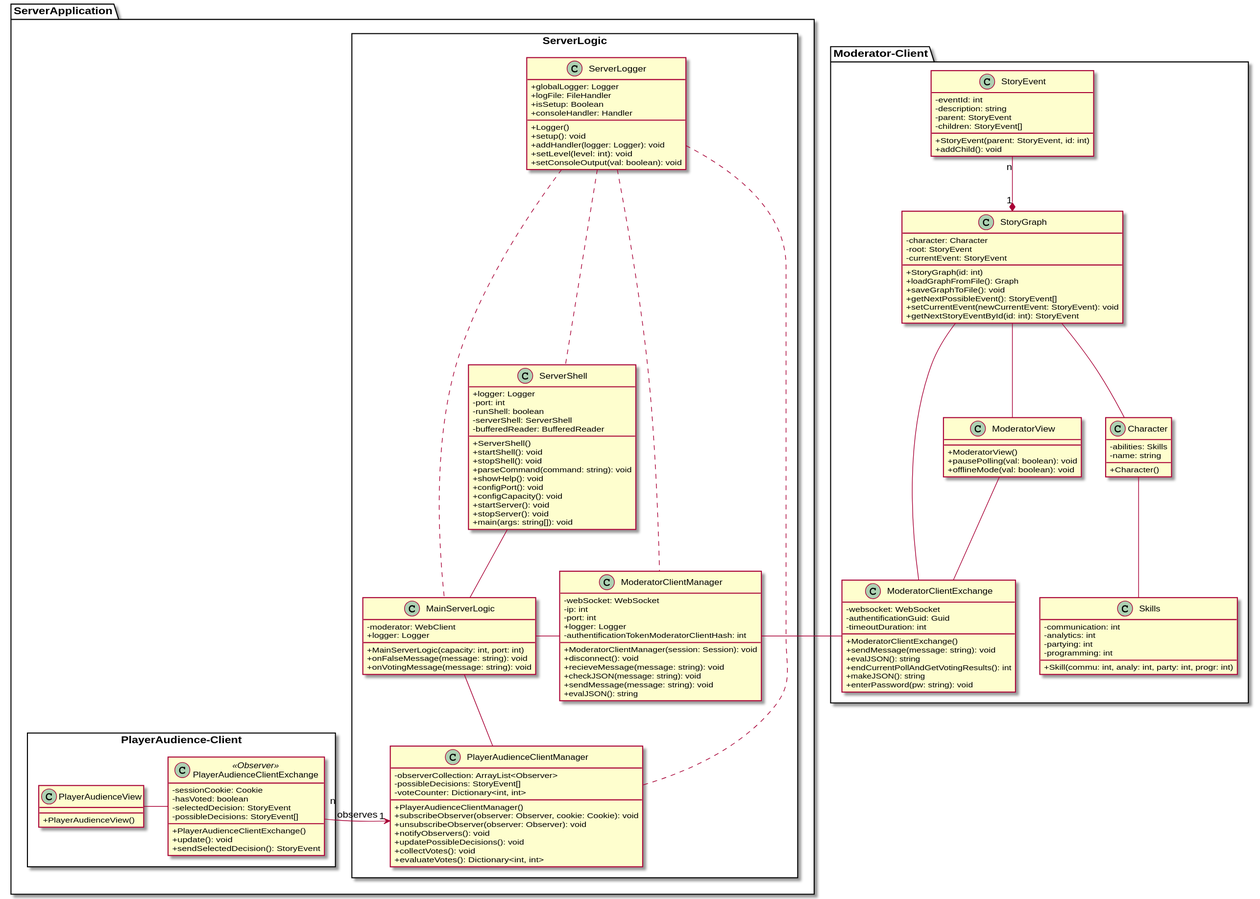
This is Docs/Technical Specifications/docs/diagrams/ClassDiagrams/ClassDiagram.svg from Brotenko/QualityQuest, a PlantUML export, as it was before one commit.
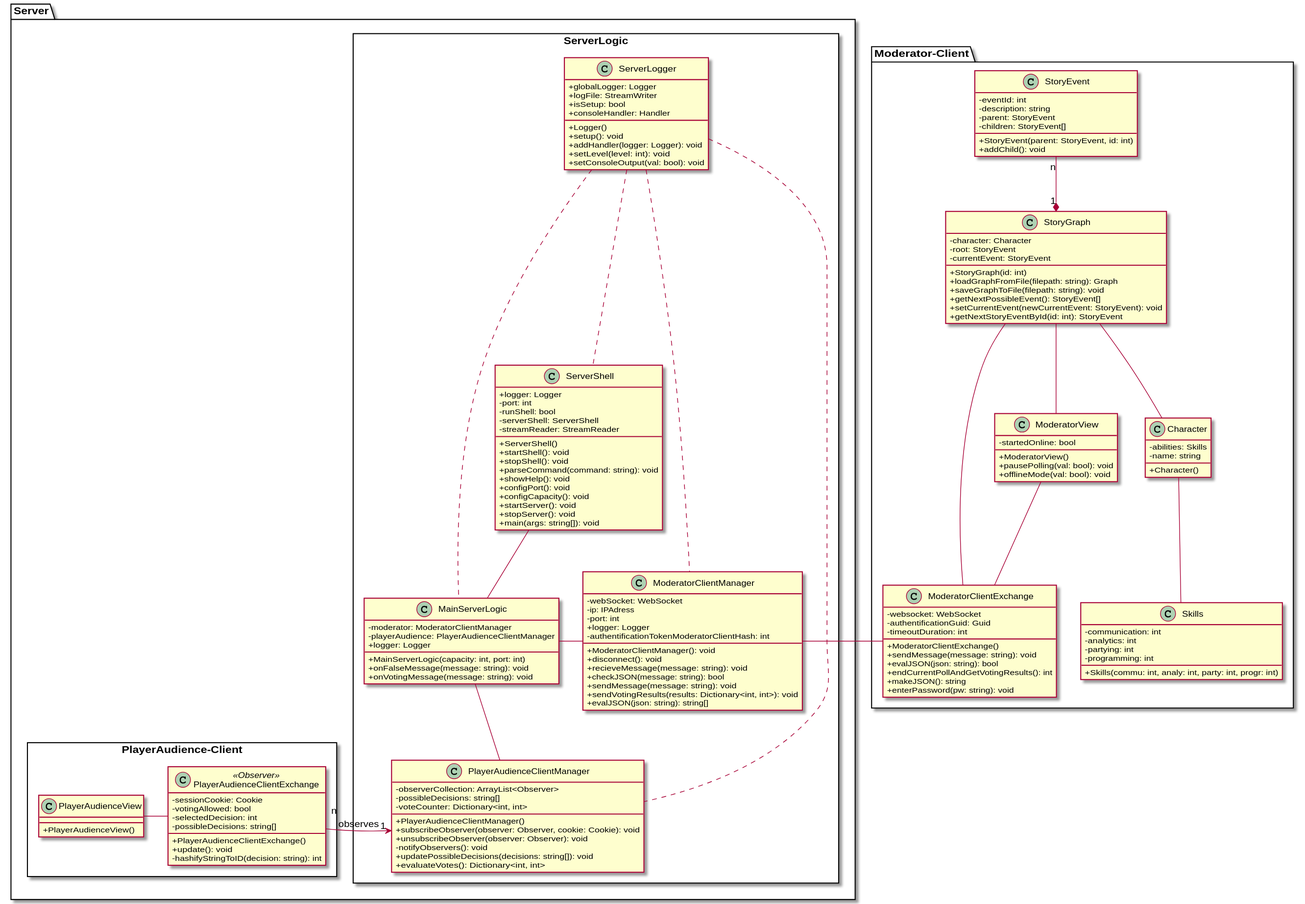
The same file after the commit.

What changed in the source:
```diff
@@ -17,17 +17,18 @@
     {field} -root: StoryEvent
     {field} -currentEvent: StoryEvent
     {method} +StoryGraph(id: int)
-    {method} +loadGraphFromFile(): Graph
-    {method} +saveGraphToFile(): void
+    {method} +loadGraphFromFile(filepath: string): Graph
+    {method} +saveGraphToFile(filepath: string): void
     {method} +getNextPossibleEvent(): StoryEvent[]
     {method} +setCurrentEvent(newCurrentEvent: StoryEvent): void
     {method} +getNextStoryEventById(id: int): StoryEvent
   }
 
   class "ModeratorView" as mf {
+    {field} -startedOnline: bool
     {method} +ModeratorView()
-    {method} +pausePolling(val: boolean): void
-    {method} +offlineMode(val: boolean): void
+    {method} +pausePolling(val: bool): void
+    {method} +offlineMode(val: bool): void
   }
 
   class "ModeratorClientExchange" as mcei{
@@ -36,7 +37,7 @@
     {field} -timeoutDuration: int
     {method} +ModeratorClientExchange()
     {method} +sendMessage(message: string): void
-    {method} +evalJSON(): string
+    {method} +evalJSON(json: string): bool
     {method} +endCurrentPollAndGetVotingResults(): int
     {method} +makeJSON(): string
     {method} +enterPassword(pw: string): void
@@ -47,7 +48,7 @@
     {field} -analytics: int
     {field} -partying: int
     {field} -programming: int
-    {method} + Skill(commu: int, analy: int, party: int, progr: int)
+    {method} + Skills(commu: int, analy: int, party: int, progr: int)
   }
 
   class Character {
@@ -64,16 +65,16 @@
   StoryGraph --- mcei
 }
 
-package "ServerApplication" {
+package "Server" {
 
 
   package "ServerLogic" <<Rectangle>>{
     class "ServerShell" as ss {
       {field} +logger: Logger
       {field} -port: int
-      {field} -runShell: boolean
+      {field} -runShell: bool
       {field} -serverShell: ServerShell
-      {field} -bufferedReader: BufferedReader
+      {field} -streamReader: StreamReader
       {method} +ServerShell()
       {method} +startShell(): void
       {method} +stopShell(): void
@@ -88,21 +89,23 @@
 
     class "ModeratorClientManager" as cm {
       {field} -webSocket: WebSocket
-      {field} -ip: int
+      {field} -ip: IPAdress
       {field} -port: int
       {field} +logger: Logger
       {field} -authentificationTokenModeratorClientHash: int
-      {method} +ModeratorClientManager(session: Session): void
+      {method} +ModeratorClientManager(): void
       {method} +disconnect(): void
       {method} +recieveMessage(message: string): void
-      {method} +checkJSON(message: string): void
+      {method} +checkJSON(message: string): bool
       {method} +sendMessage(message: string): void
-      {method} +evalJSON(): string
+      {method} +sendVotingResults(results: Dictionary<int, int>): void
+      {method} +evalJSON(json: string): string[]
 
     }
 
     class "MainServerLogic" as msl {
-      {field} -moderator: WebClient
+      {field} -moderator: ModeratorClientManager
+      {field} -playerAudience: PlayerAudienceClientManager
       {field} +logger: Logger
       {method} +MainServerLogic(capacity: int, port: int)
       {method} +onFalseMessage(message: string): void
@@ -112,38 +115,37 @@
 
     class "PlayerAudienceClientManager" as api {
         {field} -observerCollection: ArrayList<Observer>
-        {field} -possibleDecisions: StoryEvent[]
+        {field} -possibleDecisions: string[]
         {field} -voteCounter: Dictionary<int, int>
         {method} +PlayerAudienceClientManager()
         {method} +subscribeObserver(observer: Observer, cookie: Cookie): void
         {method} +unsubscribeObserver(observer: Observer): void
-        {method} +notifyObservers(): void
-        {method} +updatePossibleDecisions(): void
-        {method} +collectVotes(): void
+        {method} -notifyObservers(): void
+        {method} +updatePossibleDecisions(decisions: string[]): void
         {method} +evaluateVotes(): Dictionary<int, int>
   }
 
     class "ServerLogger" as sl {
       {field} +globalLogger: Logger
-      {field} +logFile: FileHandler
-      {field} +isSetup: Boolean
+      {field} +logFile: StreamWriter
+      {field} +isSetup: bool
       {field} +consoleHandler: Handler
       {method} +Logger()
       {method} +setup(): void
       {method} +addHandler(logger: Logger): void
       {method} +setLevel(level: int): void
-      {method} +setConsoleOutput(val: boolean): void
+      {method} +setConsoleOutput(val: bool): void
     }
   }
   package "PlayerAudience-Client" <<Rectangle>>{
     class "PlayerAudienceClientExchange" as pace <<Observer>>{
       {field} -sessionCookie: Cookie
-      {field} -hasVoted: boolean
-      {field} -selectedDecision: StoryEvent
-      {field} -possibleDecisions: StoryEvent[]
+      {field} -votingAllowed: bool
+      {field} -selectedDecision: int
+      {field} -possibleDecisions: string[]
       {method} +PlayerAudienceClientExchange()
       {method} +update(): void
-      {method} +sendSelectedDecision(): StoryEvent
+      {method} -hashifyStringToID(decision: string): int
     }
 
     class "PlayerAudienceView" as pav {
```
